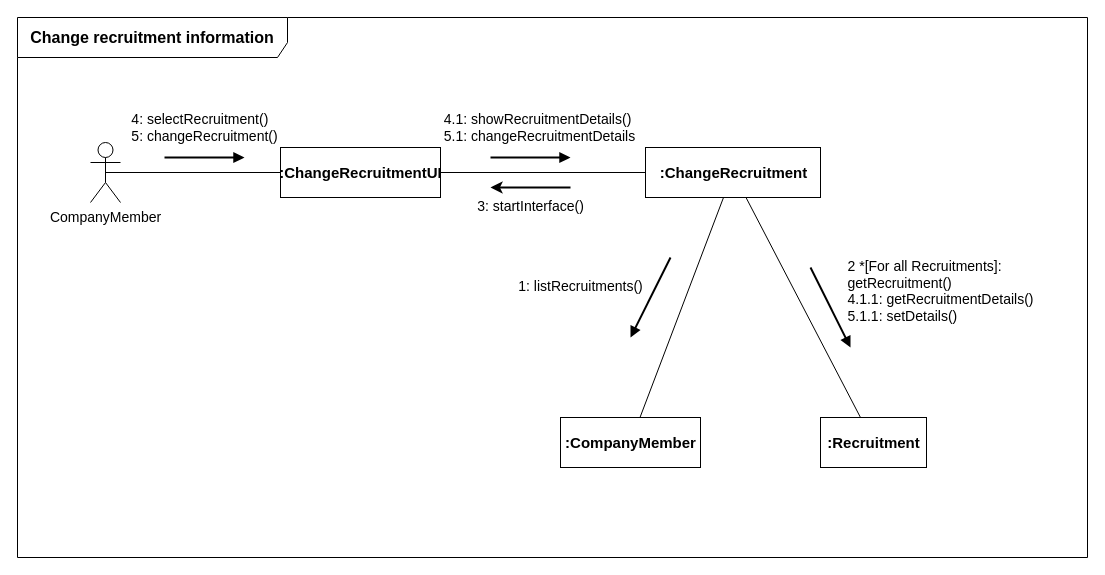
Earlier version of the draw.io diagram page "채용정보 수정" (2 of 4) of B811010_고한강/소공과제2.drawio (FinancialWorld16/SE_TEAM). Source tidied: cells renumbered, new cells numbered last; positions are measured from the earlier drawing's top-left corner, leaving out a move shared by most shapes. Both pictures are drawn from the tidied source at 100%, with x=0, y=0 at pixel (17, 17).
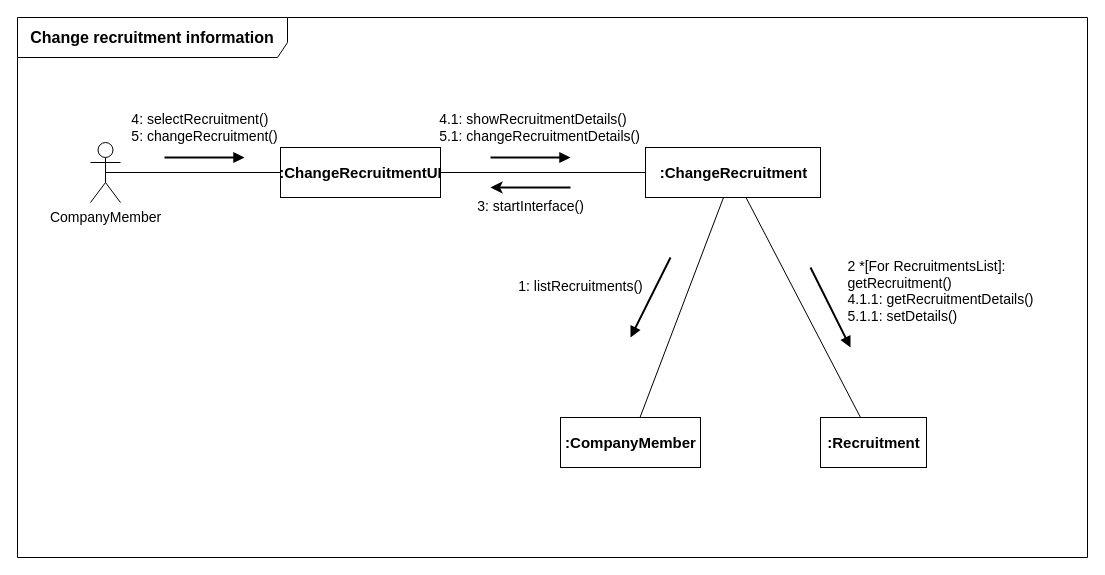
The same diagram, later.

What changed in the source:
```diff
@@
-    <mxCell id="15" value="&lt;div style=&quot;text-align: left; font-size: 14px;&quot;&gt;&lt;font style=&quot;font-size: 14px;&quot;&gt;2 *[For all Recruitments]:&lt;/font&gt;&lt;/div&gt;&lt;div style=&quot;text-align: left; font-size: 14px;&quot;&gt;&lt;font style=&quot;font-size: 14px;&quot;&gt;getRecruitment()&lt;/font&gt;&lt;/div&gt;&lt;div style=&quot;text-align: left; font-size: 14px;&quot;&gt;&lt;font style=&quot;font-size: 14px;&quot;&gt;4.1.1: getRecruitmentDetails()&lt;/font&gt;&lt;/div&gt;&lt;div style=&quot;text-align: left; font-size: 14px;&quot;&gt;&lt;font style=&quot;font-size: 14px;&quot;&gt;5.1.1: setDetails()&lt;/font&gt;&lt;/div&gt;" style="html=1;verticalAlign=bottom;endArrow=block;rounded=0;arcSize=20;strokeWidth=2;" parent="1" edge="1">
+    <mxCell id="15" value="&lt;div style=&quot;text-align: left; font-size: 14px;&quot;&gt;&lt;font style=&quot;font-size: 14px;&quot;&gt;2 *[For RecruitmentsList]:&lt;/font&gt;&lt;/div&gt;&lt;div style=&quot;text-align: left; font-size: 14px;&quot;&gt;&lt;font style=&quot;font-size: 14px;&quot;&gt;getRecruitment()&lt;/font&gt;&lt;/div&gt;&lt;div style=&quot;text-align: left; font-size: 14px;&quot;&gt;&lt;font style=&quot;font-size: 14px;&quot;&gt;4.1.1: getRecruitmentDetails()&lt;/font&gt;&lt;/div&gt;&lt;div style=&quot;text-align: left; font-size: 14px;&quot;&gt;&lt;font style=&quot;font-size: 14px;&quot;&gt;5.1.1: setDetails()&lt;/font&gt;&lt;/div&gt;" style="html=1;verticalAlign=bottom;endArrow=block;rounded=0;arcSize=20;strokeWidth=2;" parent="1" edge="1">
       <mxGeometry x="1" y="92" relative="1" as="geometry">
         <mxPoint x="793" y="250" as="sourcePoint" />
         <mxPoint x="833" y="330" as="targetPoint" />
         <mxPoint x="8" y="22" as="offset" />
       </mxGeometry>
     </mxCell>
-    <mxCell id="16" value="&lt;div style=&quot;text-align: left; font-size: 14px;&quot;&gt;&lt;font style=&quot;font-size: 14px;&quot;&gt;4.1: showRecruitmentDetails()&lt;/font&gt;&lt;/div&gt;&lt;div style=&quot;text-align: left; font-size: 14px;&quot;&gt;&lt;font style=&quot;font-size: 14px;&quot;&gt;5.1: changeRecruitmentDetails&lt;/font&gt;&lt;/div&gt;" style="html=1;verticalAlign=bottom;endArrow=block;rounded=0;arcSize=20;strokeWidth=2;" parent="1" edge="1">
+    <mxCell id="16" value="&lt;div style=&quot;text-align: left; font-size: 14px;&quot;&gt;&lt;font style=&quot;font-size: 14px;&quot;&gt;4.1: showRecruitmentDetails()&lt;/font&gt;&lt;/div&gt;&lt;div style=&quot;text-align: left; font-size: 14px;&quot;&gt;&lt;font style=&quot;font-size: 14px;&quot;&gt;5.1: changeRecruitmentDetails()&lt;/font&gt;&lt;/div&gt;" style="html=1;verticalAlign=bottom;endArrow=block;rounded=0;arcSize=20;strokeWidth=2;" parent="1" edge="1">
       <mxGeometry x="0.25" y="10" relative="1" as="geometry">
         <mxPoint x="473" y="140" as="sourcePoint" />
         <mxPoint x="553" y="140" as="targetPoint" />
         <mxPoint x="-1" as="offset" />
       </mxGeometry>
     </mxCell>
```
